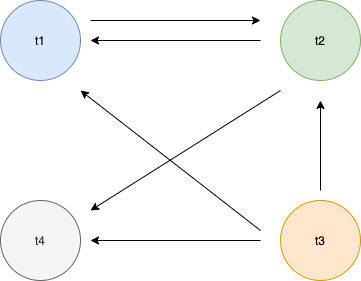
Earlier version of the draw.io export wait-for graph.png (sivanbil/architecthure-diagram). Source tidied: cells renumbered, new cells last; positions are measured from the earlier drawing's top-left corner, leaving out a move shared by most shapes.
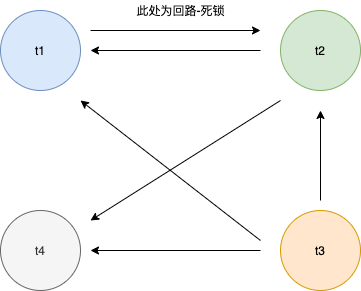
The same diagram one commit later.

The edit, as a diff of the source:
```diff
@@ -50,5 +50,8 @@
         <mxPoint x="90" y="210" as="targetPoint" />
       </mxGeometry>
     </mxCell>
+    <mxCell id="12" value="此处为回路-死锁" style="text;html=1;align=center;verticalAlign=middle;strokeColor=none;" parent="1" vertex="1">
+      <mxGeometry x="130" y="-10" width="100" height="20" as="geometry" />
+    </mxCell>
   </root>
 </mxGraphModel>
```
